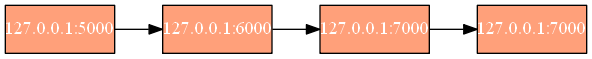
juanpaestrada20/EDD_PY2_201800709 keeps this Graphviz diagram as ListaIP.png. Above is the earlier version. Its source is kept beside it as ListaIP.dot.
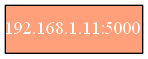
The same diagram one commit later.

What changed in the source:
```diff
@@ -1,11 +1,5 @@
 digraph g{
 rankdir=LR;
 node [margin=0 shape=box fillcolor=lightsalmon fontcolor=white style=filled];
-0[label="127.0.0.1:5000"];
-1[label="127.0.0.1:6000"];
-2[label="127.0.0.1:7000"];
-3[label="127.0.0.1:7000"];
-0->1;
-1->2;
-2->3;
+0[label="192.168.1.11:5000"];
 }
```
